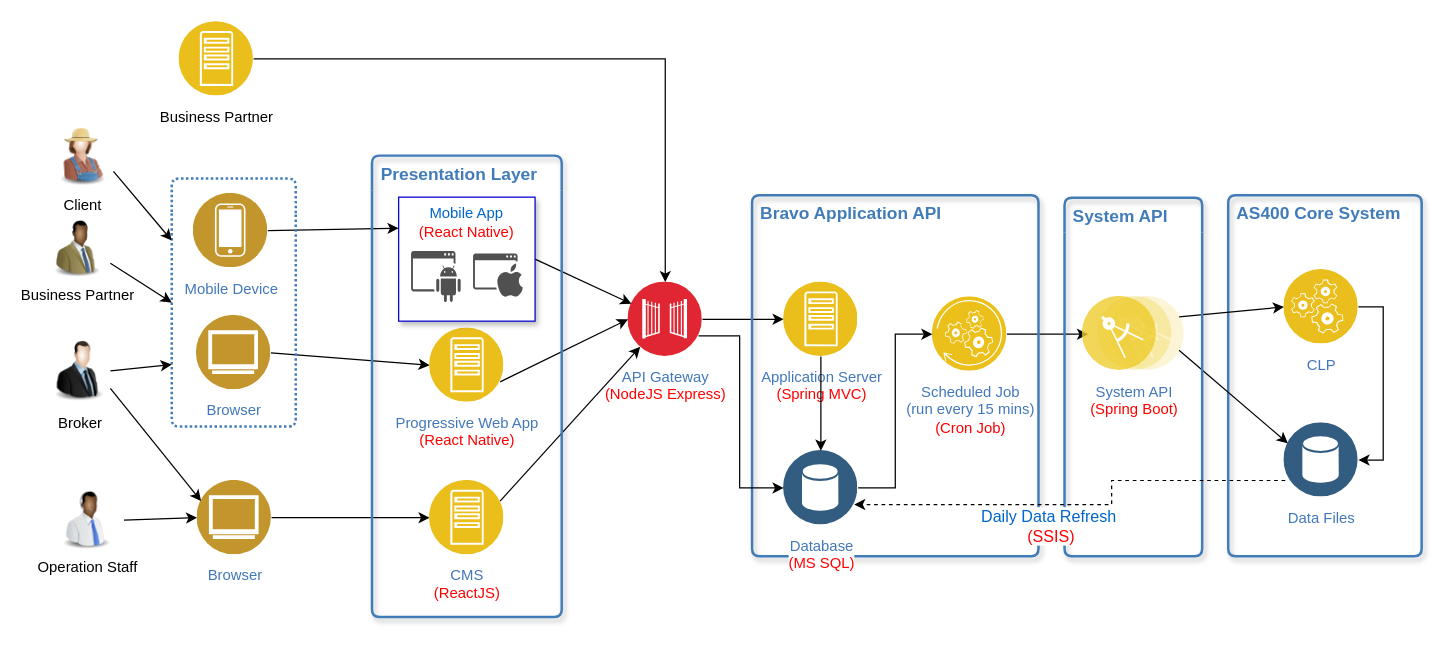
This is page "Logical Component" (1 of 2) of Bravo_Architecture (8).drawio from whalebig27/change-request-process-diagram, a draw.io file, before an edit. Source tidied: cells renumbered, new cells numbered last; positions are measured from the earlier drawing's top-left corner, leaving out a move shared by most shapes. Both pictures are drawn from the tidied source at 124%, with x=0, y=0 at pixel (45, 21).
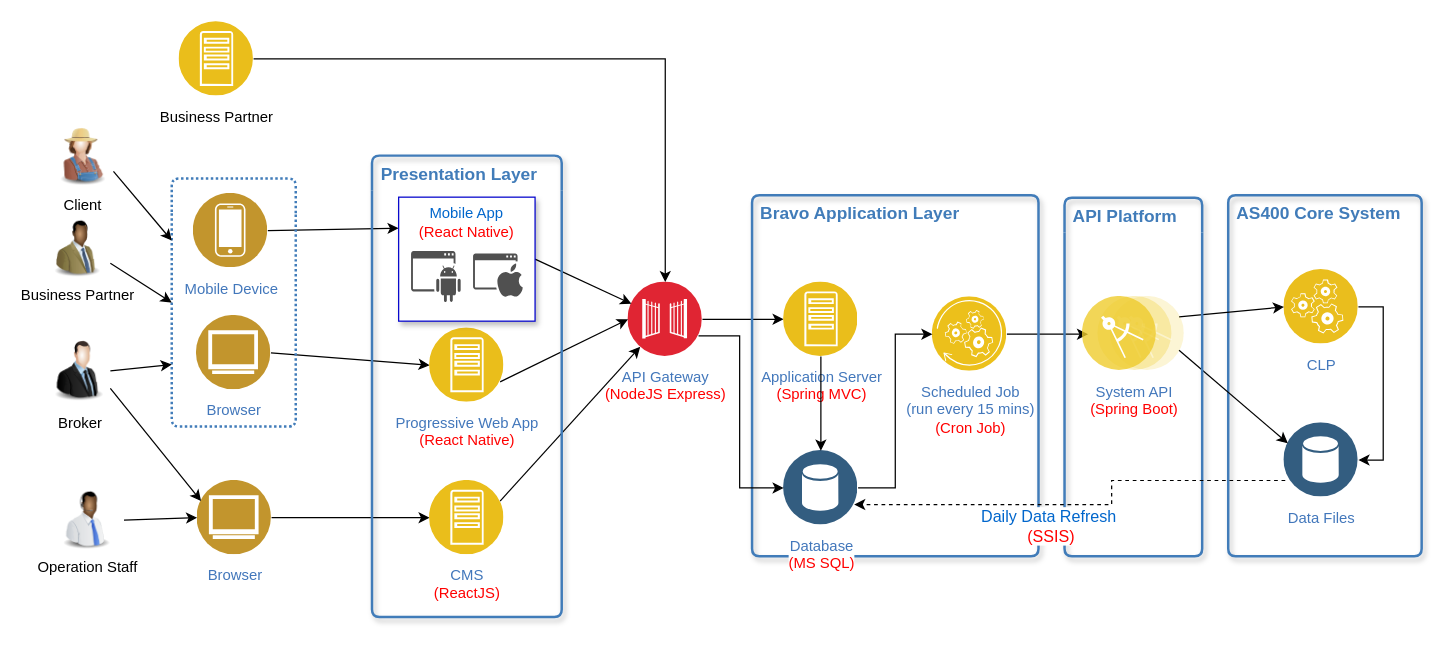
The same diagram, later.

Diff of the diagram source:
```diff
@@
-    <mxCell id="33" value="&lt;b&gt;&lt;font style=&quot;font-size: 14px&quot;&gt;Bravo Application API&lt;/font&gt;&lt;/b&gt;" style="swimlane;fontStyle=0;horizontal=1;startSize=28;swimlaneLine=0;swimlaneFillColor=none;fillColor=none;rounded=1;whiteSpace=wrap;html=1;absoluteArcSize=1;arcSize=12;strokeColor=#417CB9;fontColor=#417CB9;verticalAlign=top;align=left;spacingLeft=5;dashed=0;strokeWidth=2;shadow=1;" parent="1" vertex="1">
+    <mxCell id="33" value="&lt;b&gt;&lt;font style=&quot;font-size: 14px&quot;&gt;Bravo Application Layer&lt;/font&gt;&lt;/b&gt;" style="swimlane;fontStyle=0;horizontal=1;startSize=28;swimlaneLine=0;swimlaneFillColor=none;fillColor=none;rounded=1;whiteSpace=wrap;html=1;absoluteArcSize=1;arcSize=12;strokeColor=#417CB9;fontColor=#417CB9;verticalAlign=top;align=left;spacingLeft=5;dashed=0;strokeWidth=2;shadow=1;" parent="1" vertex="1">
       <mxGeometry x="570" y="140" width="231" height="291" as="geometry" />
     </mxCell>
@@
-    <mxCell id="49" value="&lt;b&gt;&lt;font style=&quot;font-size: 14px&quot;&gt;System API&lt;/font&gt;&lt;/b&gt;" style="swimlane;fontStyle=0;horizontal=1;startSize=28;swimlaneLine=0;swimlaneFillColor=none;fillColor=none;rounded=1;whiteSpace=wrap;html=1;absoluteArcSize=1;arcSize=12;strokeColor=#417CB9;fontColor=#417CB9;verticalAlign=top;align=left;spacingLeft=5;dashed=0;strokeWidth=2;shadow=1;dashPattern=1 1;" parent="1" vertex="1">
+    <mxCell id="49" value="&lt;b&gt;&lt;font style=&quot;font-size: 14px&quot;&gt;API Platform&lt;/font&gt;&lt;/b&gt;" style="swimlane;fontStyle=0;horizontal=1;startSize=28;swimlaneLine=0;swimlaneFillColor=none;fillColor=none;rounded=1;whiteSpace=wrap;html=1;absoluteArcSize=1;arcSize=12;strokeColor=#417CB9;fontColor=#417CB9;verticalAlign=top;align=left;spacingLeft=5;dashed=0;strokeWidth=2;shadow=1;dashPattern=1 1;" parent="1" vertex="1">
       <mxGeometry x="822" y="142" width="111" height="289" as="geometry" />
     </mxCell>
```
